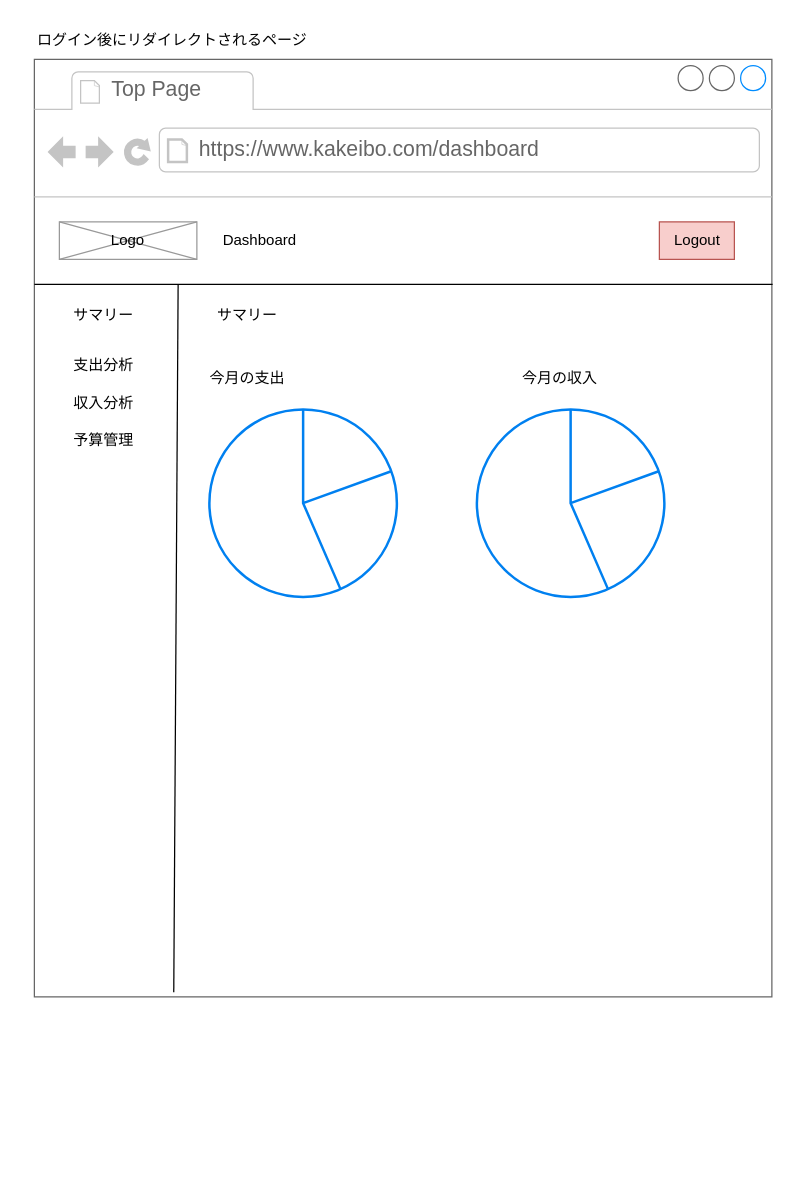
This is page "dashboard" (1 of 6) of docs/screen_images.drawio from tker-78/kakeibo, a draw.io file, before an edit. Source tidied: cells renumbered, new cells numbered last; positions are measured from the earlier drawing's top-left corner, leaving out a move shared by most shapes. Both pictures are drawn from the tidied source at 125%, with x=0, y=0 at pixel (21, 21).
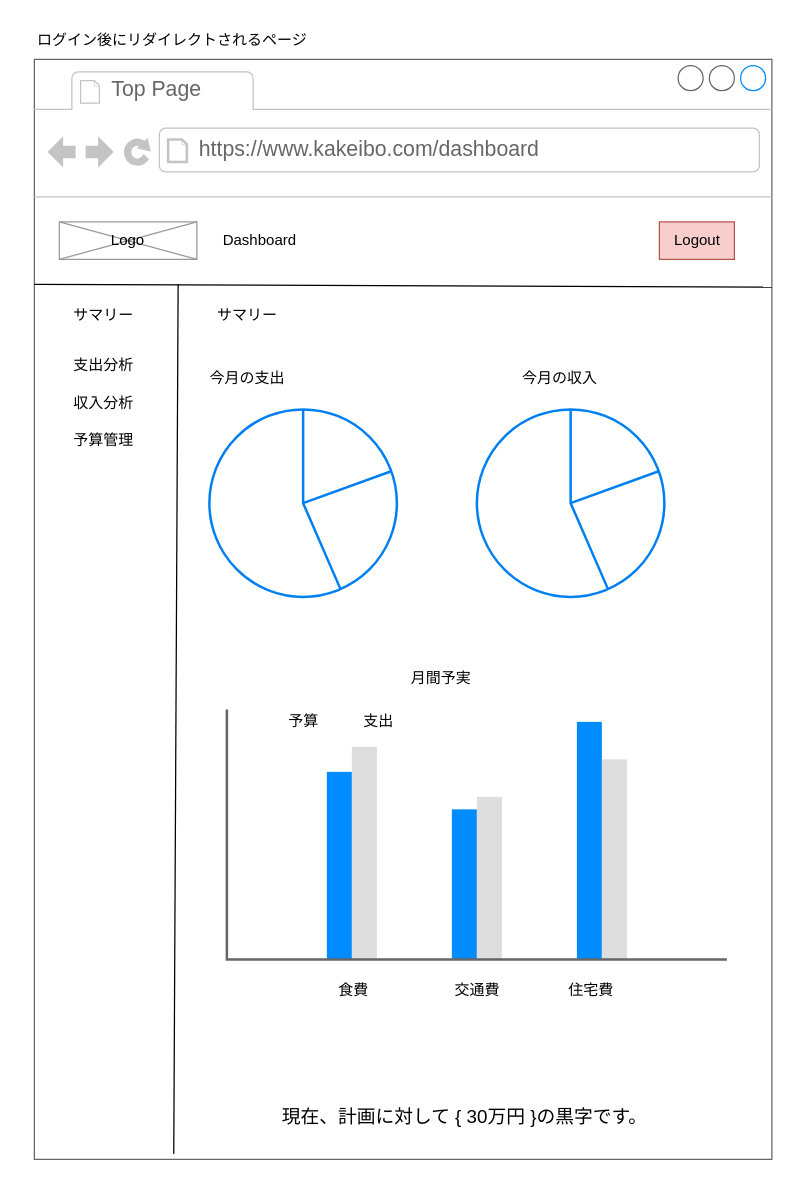
Above is the later version.

Change to the diagram source:
```diff
@@
     <mxCell id="2" style="strokeWidth=1;shadow=0;dashed=0;align=center;html=1;shape=mxgraph.mockup.containers.browserWindow;rSize=0;strokeColor=#666666;strokeColor2=#008cff;strokeColor3=#c4c4c4;mainText=,;" parent="1" vertex="1">
-      <mxGeometry x="10" y="30" width="590" height="750" as="geometry" />
+      <mxGeometry x="10" y="30" width="590" height="880" as="geometry" />
     </mxCell>
@@
-    <mxCell id="8" style="edgeStyle=none;jettySize=auto;html=1;endArrow=none;endFill=0;entryX=1.001;entryY=0.24;entryDx=0;entryDy=0;entryPerimeter=0;" parent="2" edge="1" target="2">
-      <mxGeometry relative="1" as="geometry">
-        <mxPoint y="180" as="sourcePoint" />
-      </mxGeometry>
-    </mxCell>
@@
+    <mxCell id="21" style="verticalLabelPosition=bottom;shadow=0;dashed=0;align=center;html=1;verticalAlign=top;strokeWidth=1;shape=mxgraph.mockup.graphics.columnChart;strokeColor=none;strokeColor2=none;strokeColor3=#666666;fillColor2=#008cff;fillColor3=#dddddd;" parent="2" vertex="1">
+      <mxGeometry x="154" y="520" width="400" height="200" as="geometry" />
+    </mxCell>
+    <mxCell id="22" value="食費" style="text;html=1;align=center;verticalAlign=middle;strokeColor=none;fillColor=none;" parent="2" vertex="1">
+      <mxGeometry x="230" y="730" width="50" height="30" as="geometry" />
+    </mxCell>
+    <mxCell id="23" value="交通費" style="text;html=1;align=center;verticalAlign=middle;strokeColor=none;fillColor=none;" parent="2" vertex="1">
+      <mxGeometry x="324" y="730" width="60" height="30" as="geometry" />
+    </mxCell>
+    <mxCell id="24" value="住宅費" style="text;html=1;align=center;verticalAlign=middle;strokeColor=none;fillColor=none;" parent="2" vertex="1">
+      <mxGeometry x="415" y="730" width="60" height="30" as="geometry" />
+    </mxCell>
+    <mxCell id="25" value="予算" style="text;html=1;align=center;verticalAlign=middle;strokeColor=none;fillColor=none;" parent="2" vertex="1">
+      <mxGeometry x="190" y="515" width="50" height="30" as="geometry" />
+    </mxCell>
+    <mxCell id="26" value="支出" style="text;html=1;align=center;verticalAlign=middle;strokeColor=none;fillColor=none;" parent="2" vertex="1">
+      <mxGeometry x="250" y="515" width="50" height="30" as="geometry" />
+    </mxCell>
+    <mxCell id="27" value="月間予実" style="text;html=1;align=center;verticalAlign=middle;strokeColor=none;fillColor=none;" parent="2" vertex="1">
+      <mxGeometry x="290" y="480" width="70" height="30" as="geometry" />
+    </mxCell>
+    <mxCell id="28" value="現在、計画に対して { 30万円 }の黒字です。" style="text;html=1;align=center;verticalAlign=middle;strokeColor=none;fillColor=none;fontSize=15;" parent="2" vertex="1">
+      <mxGeometry x="184" y="830" width="320" height="30" as="geometry" />
+    </mxCell>
+    <mxCell id="29" style="edgeStyle=none;jettySize=auto;html=1;entryX=1;entryY=0.207;entryDx=0;entryDy=0;entryPerimeter=0;endArrow=none;endFill=0;" parent="2" edge="1" target="2">
+      <mxGeometry relative="1" as="geometry">
+        <mxPoint y="180" as="sourcePoint" />
+      </mxGeometry>
+    </mxCell>
```
